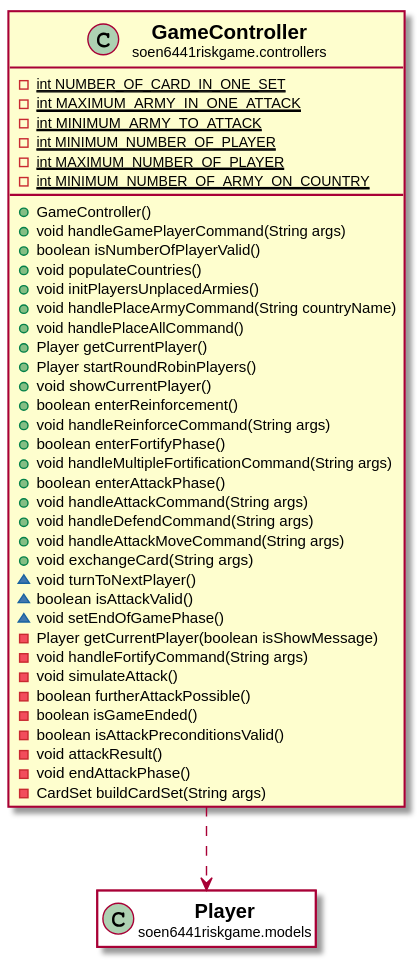
The PlantUML diagram docs/javadocs/soen6441riskgame/controllers/GameController.svg in huntertran/soen6441-riskgame, before a commit.
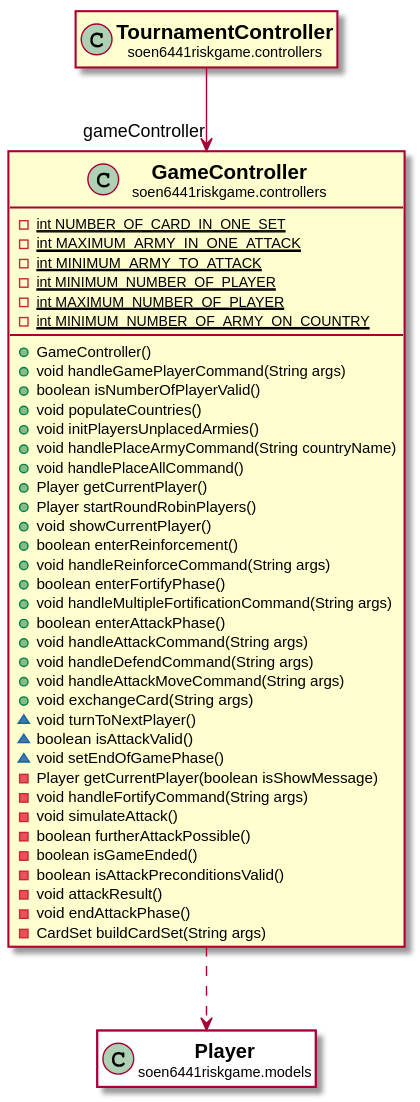
The same file after the commit.

Change to the diagram source:
```diff
@@ -53,5 +53,13 @@
 soen6441riskgame.controllers.GameController ..> soen6441riskgame.models.Player
 
 
+class "<b><size:14>TournamentController</b>\n<size:10>soen6441riskgame.controllers" as soen6441riskgame.controllers.TournamentController  [[../../soen6441riskgame/controllers/TournamentController.html{soen6441riskgame.controllers.TournamentController}]] {
+}
+
+hide soen6441riskgame.controllers.TournamentController fields
+hide soen6441riskgame.controllers.TournamentController methods
+
+soen6441riskgame.controllers.TournamentController -->  "gameController" soen6441riskgame.controllers.GameController
+
 
 @enduml
```
